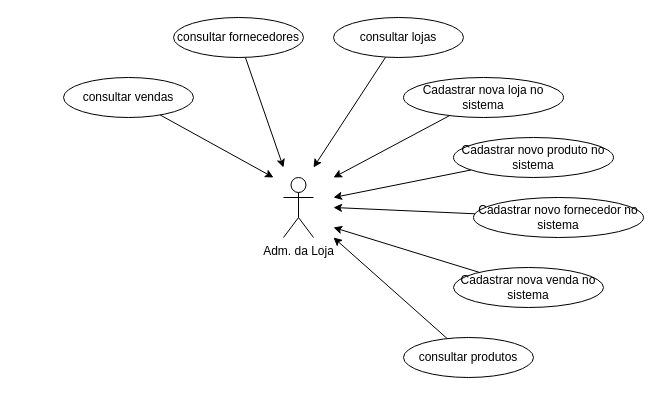
Before: docs/use case diagram/CUD.drawio in K0R0B0R0S/aps2-blackboard, a draw.io diagram. Source tidied: cells renumbered, new cells numbered last; positions are measured from the earlier drawing's top-left corner, leaving out a move shared by most shapes. Both pictures are drawn from the tidied source at 100%, with x=0, y=0 at pixel (63, 17).
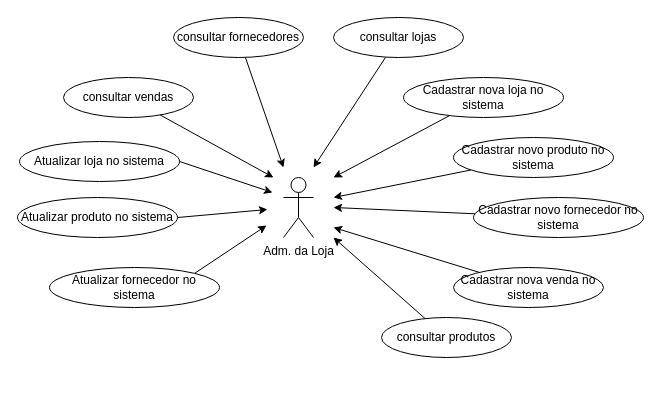
After the change.

Commit message:
add: atualizar - casos de uso

Diff of the diagram source:
```diff
@@
     <mxCell id="14" value="consultar produtos" style="ellipse;whiteSpace=wrap;html=1;" parent="1" vertex="1">
-      <mxGeometry x="340" y="320" width="130" height="40" as="geometry" />
+      <mxGeometry x="318" y="300" width="130" height="40" as="geometry" />
     </mxCell>
@@
+    <mxCell id="19" style="edgeStyle=none;html=1;exitX=1;exitY=0.5;exitDx=0;exitDy=0;" parent="1" edge="1" source="20">
+      <mxGeometry relative="1" as="geometry">
+        <mxPoint x="209" y="175" as="targetPoint" />
+      </mxGeometry>
+    </mxCell>
+    <mxCell id="20" value="Atualizar loja no sistema" style="ellipse;whiteSpace=wrap;html=1;" parent="1" vertex="1">
+      <mxGeometry x="-44" y="124" width="160" height="40" as="geometry" />
+    </mxCell>
+    <mxCell id="21" style="edgeStyle=none;html=1;exitX=1;exitY=0.5;exitDx=0;exitDy=0;" parent="1" edge="1" source="22">
+      <mxGeometry relative="1" as="geometry">
+        <mxPoint x="204" y="192" as="targetPoint" />
+      </mxGeometry>
+    </mxCell>
+    <mxCell id="22" value="Atualizar produto no sistema" style="ellipse;whiteSpace=wrap;html=1;" parent="1" vertex="1">
+      <mxGeometry x="-46" y="180" width="160" height="40" as="geometry" />
+    </mxCell>
+    <mxCell id="23" style="edgeStyle=none;html=1;exitX=1;exitY=0;exitDx=0;exitDy=0;" parent="1" edge="1" source="24">
+      <mxGeometry relative="1" as="geometry">
+        <mxPoint x="203" y="208" as="targetPoint" />
+      </mxGeometry>
+    </mxCell>
+    <mxCell id="24" value="Atualizar fornecedor no sistema" style="ellipse;whiteSpace=wrap;html=1;" parent="1" vertex="1">
+      <mxGeometry x="-14" y="250" width="170" height="40" as="geometry" />
+    </mxCell>
```
